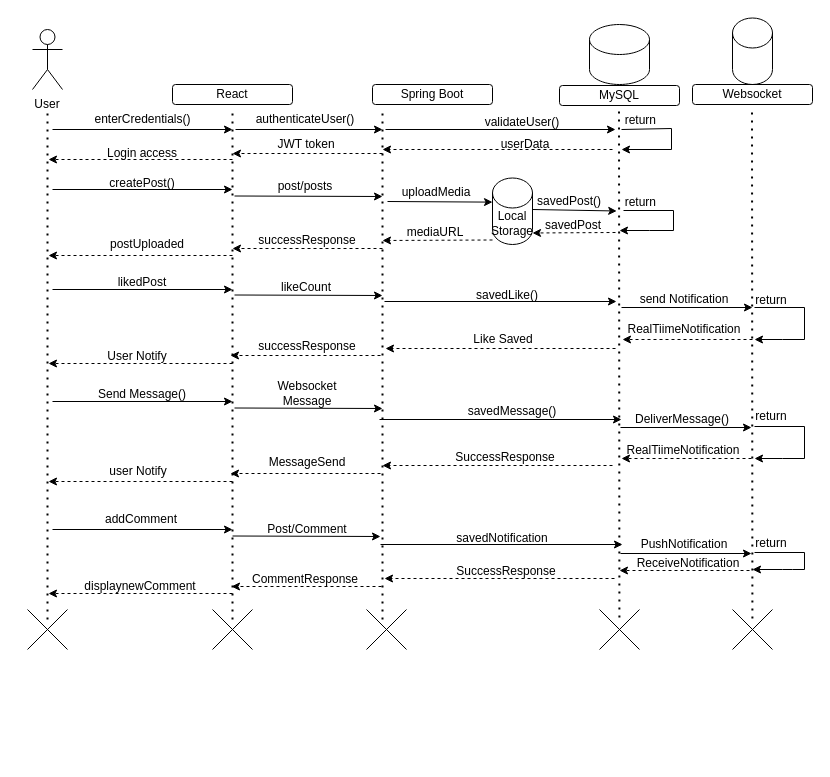
Above: Sequence_diagram_User.drawio in abubakar8866/Connectify (draw.io), before the change. Source tidied: cells renumbered, new cells numbered last; positions are measured from the earlier drawing's top-left corner, leaving out a move shared by most shapes. Both pictures are drawn from the tidied source at 100%, with x=0, y=0 at pixel (17, 17).
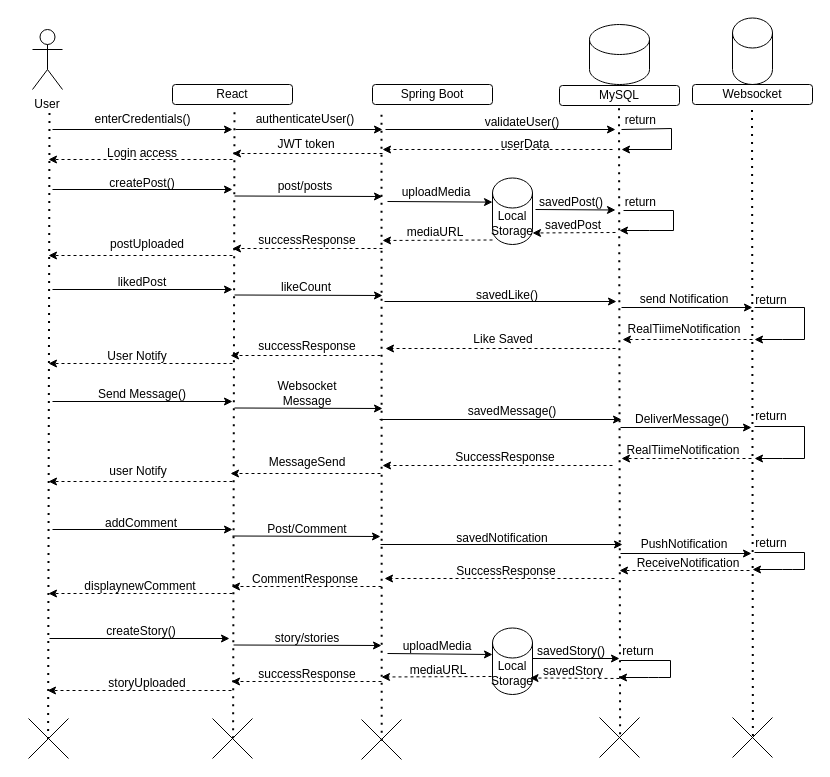
After the change.

Diff of the diagram source:
```diff
@@
-    <mxCell id="4" style="endArrow=none;dashed=1;html=1;dashPattern=1 3;strokeWidth=2;rounded=0;" parent="1" edge="1">
+    <mxCell id="4" style="endArrow=none;dashed=1;html=1;dashPattern=1 3;strokeWidth=2;rounded=0;exitX=0.49;exitY=0.515;exitDx=0;exitDy=0;exitPerimeter=0;" parent="1" edge="1" source="34">
       <mxGeometry relative="1" as="geometry">
-        <mxPoint x="30" y="602" as="sourcePoint" />
-        <mxPoint x="30" y="92" as="targetPoint" />
+        <mxPoint x="32" y="92" as="targetPoint" />
       </mxGeometry>
     </mxCell>
@@
-    <mxCell id="7" style="endArrow=none;dashed=1;html=1;dashPattern=1 3;strokeWidth=2;rounded=0;" parent="1" edge="1">
+    <mxCell id="7" style="endArrow=none;dashed=1;html=1;dashPattern=1 3;strokeWidth=2;rounded=0;exitX=0.49;exitY=0.495;exitDx=0;exitDy=0;exitPerimeter=0;" parent="1" edge="1">
       <mxGeometry relative="1" as="geometry">
-        <mxPoint x="215" y="602" as="sourcePoint" />
-        <mxPoint x="215" y="92" as="targetPoint" />
+        <mxPoint x="215.6" y="720.8" as="sourcePoint" />
+        <mxPoint x="217" y="92" as="targetPoint" />
       </mxGeometry>
     </mxCell>
@@
-    <mxCell id="11" style="endArrow=none;dashed=1;html=1;dashPattern=1 3;strokeWidth=2;rounded=0;" parent="1" edge="1">
+    <mxCell id="11" style="endArrow=none;dashed=1;html=1;dashPattern=1 3;strokeWidth=2;rounded=0;exitX=0.515;exitY=0.42;exitDx=0;exitDy=0;exitPerimeter=0;" parent="1" edge="1" source="36">
       <mxGeometry relative="1" as="geometry">
-        <mxPoint x="601.9" y="600" as="sourcePoint" />
         <mxPoint x="601.5" y="90" as="targetPoint" />
       </mxGeometry>
     </mxCell>
@@
-    <mxCell id="17" style="endArrow=classic;html=1;rounded=0;entryX=0.14;entryY=0.937;entryDx=0;entryDy=0;entryPerimeter=0;" parent="1" edge="1">
+    <mxCell id="17" style="endArrow=classic;html=1;rounded=0;entryX=0;entryY=0.75;entryDx=0;entryDy=0;" parent="1" edge="1">
       <mxGeometry relative="1" as="geometry">
-        <mxPoint x="515" y="192" as="sourcePoint" />
-        <mxPoint x="599.2" y="193.5" as="targetPoint" />
+        <mxPoint x="518" y="192" as="sourcePoint" />
+        <mxPoint x="598" y="192.5" as="targetPoint" />
       </mxGeometry>
     </mxCell>
@@
     <mxCell id="27" value="addComment" style="text;html=1;align=center;verticalAlign=middle;whiteSpace=wrap;rounded=0;" parent="1" vertex="1">
-      <mxGeometry x="34" y="492" width="180" height="20" as="geometry" />
+      <mxGeometry x="34" y="496" width="180" height="20" as="geometry" />
     </mxCell>
@@
     <mxCell id="34" style="shape=mxgraph.sysml.x;" parent="1" vertex="1">
-      <mxGeometry x="10" y="592" width="40" height="40" as="geometry" />
+      <mxGeometry x="11" y="701" width="40" height="40" as="geometry" />
     </mxCell>
     <mxCell id="35" style="shape=mxgraph.sysml.x;" parent="1" vertex="1">
-      <mxGeometry x="195" y="592" width="40" height="40" as="geometry" />
+      <mxGeometry x="195" y="701" width="40" height="40" as="geometry" />
     </mxCell>
     <mxCell id="36" style="shape=mxgraph.sysml.x;" parent="1" vertex="1">
-      <mxGeometry x="582" y="592" width="40" height="40" as="geometry" />
+      <mxGeometry x="582" y="700" width="40" height="40" as="geometry" />
     </mxCell>
@@
-    <mxCell id="38" style="endArrow=none;dashed=1;html=1;dashPattern=1 3;strokeWidth=2;rounded=0;" parent="1" edge="1">
+    <mxCell id="38" style="endArrow=none;dashed=1;html=1;dashPattern=1 3;strokeWidth=2;rounded=0;exitX=0.505;exitY=0.53;exitDx=0;exitDy=0;exitPerimeter=0;" parent="1" edge="1" source="39">
       <mxGeometry relative="1" as="geometry">
-        <mxPoint x="365" y="602" as="sourcePoint" />
-        <mxPoint x="365" y="92" as="targetPoint" />
+        <mxPoint x="364" y="92" as="targetPoint" />
       </mxGeometry>
     </mxCell>
     <mxCell id="39" style="shape=mxgraph.sysml.x;" parent="1" vertex="1">
-      <mxGeometry x="349" y="592" width="40" height="40" as="geometry" />
+      <mxGeometry x="344" y="702" width="40" height="40" as="geometry" />
     </mxCell>
@@
     <mxCell id="53" value="savedPost()" style="text;html=1;whiteSpace=wrap;strokeColor=none;fillColor=none;align=center;verticalAlign=middle;rounded=0;" parent="1" vertex="1">
-      <mxGeometry x="522" y="169" width="60" height="30" as="geometry" />
+      <mxGeometry x="524" y="170" width="60" height="30" as="geometry" />
     </mxCell>
@@
-    <mxCell id="70" style="endArrow=none;dashed=1;html=1;dashPattern=1 3;strokeWidth=2;rounded=0;" parent="1" edge="1">
+    <mxCell id="70" style="endArrow=none;dashed=1;html=1;dashPattern=1 3;strokeWidth=2;rounded=0;exitX=0.51;exitY=0.46;exitDx=0;exitDy=0;exitPerimeter=0;" parent="1" edge="1" source="71">
       <mxGeometry relative="1" as="geometry">
-        <mxPoint x="734.9" y="601" as="sourcePoint" />
         <mxPoint x="734.5" y="91" as="targetPoint" />
       </mxGeometry>
     </mxCell>
     <mxCell id="71" style="shape=mxgraph.sysml.x;" parent="1" vertex="1">
-      <mxGeometry x="715" y="592" width="40" height="40" as="geometry" />
+      <mxGeometry x="715" y="700" width="40" height="40" as="geometry" />
     </mxCell>
@@
+    <mxCell id="107" style="endArrow=classic;html=1;rounded=0;" parent="1" edge="1">
+      <mxGeometry relative="1" as="geometry">
+        <mxPoint x="32" y="621" as="sourcePoint" />
+        <mxPoint x="212" y="621" as="targetPoint" />
+      </mxGeometry>
+    </mxCell>
+    <mxCell id="108" value="createStory()" style="text;html=1;align=center;verticalAlign=middle;whiteSpace=wrap;rounded=0;" parent="1" vertex="1">
+      <mxGeometry x="33.8" y="604" width="180" height="20" as="geometry" />
+    </mxCell>
+    <mxCell id="109" style="endArrow=classic;html=1;rounded=0;fontSize=11;startSize=20;endSize=6;" parent="1" edge="1">
+      <mxGeometry relative="1" as="geometry">
+        <mxPoint x="216" y="627.5" as="sourcePoint" />
+        <mxPoint x="364" y="628" as="targetPoint" />
+      </mxGeometry>
+    </mxCell>
+    <mxCell id="110" value="story/stories" style="text;html=1;whiteSpace=wrap;strokeColor=none;fillColor=none;align=center;verticalAlign=middle;rounded=0;" parent="1" vertex="1">
+      <mxGeometry x="235" y="606" width="110" height="30" as="geometry" />
+    </mxCell>
+    <mxCell id="111" value="Local Storage" style="shape=cylinder3;whiteSpace=wrap;html=1;boundedLbl=1;backgroundOutline=1;size=15;" parent="1" vertex="1">
+      <mxGeometry x="475" y="610.5" width="40" height="66.5" as="geometry" />
+    </mxCell>
+    <mxCell id="112" style="endArrow=classic;html=1;rounded=0;fontSize=11;startSize=20;endSize=6;entryX=0;entryY=0;entryDx=0;entryDy=24.125;entryPerimeter=0;" parent="1" edge="1">
+      <mxGeometry relative="1" as="geometry">
+        <mxPoint x="370" y="636" as="sourcePoint" />
+        <mxPoint x="475" y="637" as="targetPoint" />
+      </mxGeometry>
+    </mxCell>
+    <mxCell id="113" value="uploadMedia" style="text;html=1;whiteSpace=wrap;strokeColor=none;fillColor=none;align=center;verticalAlign=middle;rounded=0;" parent="1" vertex="1">
+      <mxGeometry x="390" y="614.2" width="60" height="30" as="geometry" />
+    </mxCell>
+    <mxCell id="114" style="endArrow=classic;html=1;rounded=0;dashed=1;" parent="1" edge="1">
+      <mxGeometry relative="1" as="geometry">
+        <mxPoint x="474" y="659" as="sourcePoint" />
+        <mxPoint x="364" y="659.5" as="targetPoint" />
+      </mxGeometry>
+    </mxCell>
+    <mxCell id="115" value="mediaURL" style="text;html=1;whiteSpace=wrap;strokeColor=none;fillColor=none;align=center;verticalAlign=middle;rounded=0;" parent="1" vertex="1">
+      <mxGeometry x="391" y="638" width="60" height="30" as="geometry" />
+    </mxCell>
+    <mxCell id="116" style="endArrow=classic;html=1;rounded=0;fontSize=11;startSize=20;endSize=6;entryX=0;entryY=0;entryDx=0;entryDy=24.125;entryPerimeter=0;" parent="1" edge="1">
+      <mxGeometry relative="1" as="geometry">
+        <mxPoint x="515" y="641" as="sourcePoint" />
+        <mxPoint x="602" y="641" as="targetPoint" />
+      </mxGeometry>
+    </mxCell>
+    <mxCell id="117" value="savedStory()" style="text;html=1;whiteSpace=wrap;strokeColor=none;fillColor=none;align=center;verticalAlign=middle;rounded=0;" parent="1" vertex="1">
+      <mxGeometry x="524" y="619.2" width="60" height="30" as="geometry" />
+    </mxCell>
+    <mxCell id="118" style="endArrow=classic;html=1;rounded=0;dashed=1;" parent="1" edge="1">
+      <mxGeometry relative="1" as="geometry">
+        <mxPoint x="602" y="661" as="sourcePoint" />
+        <mxPoint x="512.5" y="660.5" as="targetPoint" />
+      </mxGeometry>
+    </mxCell>
+    <mxCell id="119" value="savedStory" style="text;html=1;whiteSpace=wrap;strokeColor=none;fillColor=none;align=center;verticalAlign=middle;rounded=0;" parent="1" vertex="1">
+      <mxGeometry x="526" y="638" width="60" height="32.2" as="geometry" />
+    </mxCell>
+    <mxCell id="120" value="return" style="text;html=1;whiteSpace=wrap;strokeColor=none;fillColor=none;align=center;verticalAlign=middle;rounded=0;" parent="1" vertex="1">
+      <mxGeometry x="601" y="624" width="40" height="20" as="geometry" />
+    </mxCell>
+    <mxCell id="121" style="endArrow=classic;html=1;rounded=0;" parent="1" edge="1">
+      <mxGeometry relative="1" as="geometry">
+        <mxPoint x="603" y="643" as="sourcePoint" />
+        <mxPoint x="601" y="660" as="targetPoint" />
+        <Array as="points">
+          <mxPoint x="653" y="643" />
+          <mxPoint x="653" y="660" />
+          <mxPoint x="641" y="660" />
+          <mxPoint x="631" y="660" />
+        </Array>
+      </mxGeometry>
+    </mxCell>
+    <mxCell id="122" style="endArrow=classic;html=1;rounded=0;dashed=1;" parent="1" edge="1">
+      <mxGeometry relative="1" as="geometry">
+        <mxPoint x="364" y="664" as="sourcePoint" />
+        <mxPoint x="214" y="664" as="targetPoint" />
+      </mxGeometry>
+    </mxCell>
+    <mxCell id="123" value="successResponse" style="text;html=1;whiteSpace=wrap;strokeColor=none;fillColor=none;align=center;verticalAlign=middle;rounded=0;" parent="1" vertex="1">
+      <mxGeometry x="250" y="641.5" width="80" height="30" as="geometry" />
+    </mxCell>
+    <mxCell id="124" value="storyUploaded" style="text;html=1;align=center;verticalAlign=middle;whiteSpace=wrap;rounded=0;" parent="1" vertex="1">
+      <mxGeometry x="65" y="654" width="130" height="23" as="geometry" />
+    </mxCell>
+    <mxCell id="125" style="endArrow=classic;html=1;rounded=0;dashed=1;" parent="1" edge="1">
+      <mxGeometry relative="1" as="geometry">
+        <mxPoint x="214" y="673" as="sourcePoint" />
+        <mxPoint x="30" y="673" as="targetPoint" />
+      </mxGeometry>
+    </mxCell>
```
